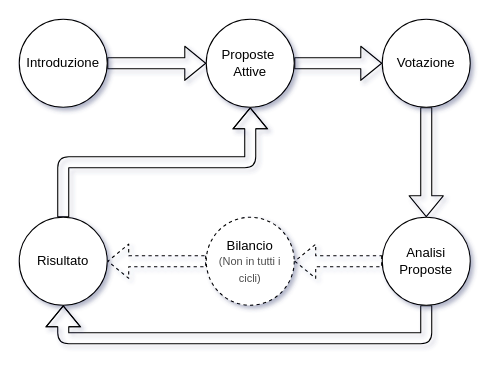
The draw.io diagram Fasi.drawio in antongiacomo/Slide-CDT, before the edit. Source tidied: cells renumbered, new cells numbered last; positions are measured from the earlier drawing's top-left corner, leaving out a move shared by most shapes. Both pictures are drawn from the tidied source at 110%, with x=0, y=0 at pixel (19, 19).
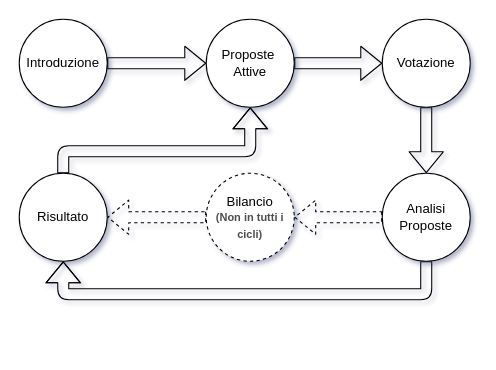
The same diagram, later.

The edit, as a diff of the source:
```diff
@@
 <mxGraphModel shadow="1">
   <root>
     <mxCell id="0" />
     <mxCell id="1" parent="0" />
     <mxCell id="2" style="edgeStyle=orthogonalEdgeStyle;jettySize=auto;html=1;exitX=1;exitY=0.5;exitDx=0;exitDy=0;entryX=0;entryY=0.5;entryDx=0;entryDy=0;shape=flexArrow;curved=1;" parent="1" edge="1" source="3" target="11">
       <mxGeometry relative="1" as="geometry" />
     </mxCell>
-    <mxCell id="3" value="&lt;font face=&quot;Fira Code&quot;&gt;Introduzione&lt;/font&gt;" style="ellipse;whiteSpace=wrap;html=1;" parent="1" vertex="1">
+    <mxCell id="3" value="&lt;font&gt;Introduzione&lt;/font&gt;" style="ellipse;whiteSpace=wrap;html=1;fontFamily=Helvetica;" parent="1" vertex="1">
       <mxGeometry width="80" height="80" as="geometry" />
     </mxCell>
     <mxCell id="4" style="edgeStyle=orthogonalEdgeStyle;jettySize=auto;html=1;exitX=0.5;exitY=0;exitDx=0;exitDy=0;entryX=0.5;entryY=1;entryDx=0;entryDy=0;shape=flexArrow;curved=1;" parent="1" edge="1" source="5" target="11">
-      <mxGeometry relative="1" as="geometry" />
+      <mxGeometry relative="1" as="geometry">
+        <Array as="points">
+          <mxPoint x="40" y="120" />
+          <mxPoint x="210" y="120" />
+        </Array>
+      </mxGeometry>
     </mxCell>
     <mxCell id="5" value="Risultato" style="ellipse;whiteSpace=wrap;html=1;" parent="1" vertex="1">
-      <mxGeometry y="180" width="80" height="80" as="geometry" />
+      <mxGeometry y="140" width="80" height="80" as="geometry" />
     </mxCell>
     <mxCell id="6" style="edgeStyle=orthogonalEdgeStyle;jettySize=auto;html=1;exitX=0.5;exitY=1;exitDx=0;exitDy=0;shape=flexArrow;elbow=vertical;curved=1;" parent="1" edge="1" source="7" target="14">
       <mxGeometry relative="1" as="geometry" />
     </mxCell>
     <mxCell id="7" value="Votazione" style="ellipse;whiteSpace=wrap;html=1;" parent="1" vertex="1">
       <mxGeometry x="330" width="80" height="80" as="geometry" />
     </mxCell>
     <mxCell id="8" style="edgeStyle=orthogonalEdgeStyle;jettySize=auto;html=1;exitX=0;exitY=0.5;exitDx=0;exitDy=0;shape=flexArrow;curved=1;dashed=1;" parent="1" edge="1" source="9" target="5">
       <mxGeometry relative="1" as="geometry" />
     </mxCell>
-    <mxCell id="9" value="Bilancio&lt;br&gt;&lt;font style=&quot;font-size: 10px&quot; color=&quot;#4d4d4d&quot;&gt;(Non in tutti i cicli)&lt;/font&gt;" style="ellipse;whiteSpace=wrap;html=1;dashed=1;" parent="1" vertex="1">
-      <mxGeometry x="170" y="180" width="80" height="80" as="geometry" />
+    <mxCell id="9" value="Bilancio&lt;br&gt;&lt;font style=&quot;font-size: 10px&quot; color=&quot;#4d4d4d&quot;&gt;&lt;b&gt;(Non in tutti i cicli)&lt;/b&gt;&lt;/font&gt;" style="ellipse;whiteSpace=wrap;html=1;dashed=1;" parent="1" vertex="1">
+      <mxGeometry x="170" y="140" width="80" height="80" as="geometry" />
     </mxCell>
     <mxCell id="10" style="edgeStyle=orthogonalEdgeStyle;jettySize=auto;html=1;exitX=1;exitY=0.5;exitDx=0;exitDy=0;shape=flexArrow;elbow=vertical;curved=1;" parent="1" edge="1" source="11" target="7">
       <mxGeometry relative="1" as="geometry" />
     </mxCell>
     <mxCell id="11" value="Proposte&amp;nbsp;&lt;br&gt;Attive" style="ellipse;whiteSpace=wrap;html=1;" parent="1" vertex="1">
       <mxGeometry x="170" width="80" height="80" as="geometry" />
     </mxCell>
     <mxCell id="12" style="edgeStyle=orthogonalEdgeStyle;shape=flexArrow;jettySize=auto;html=1;exitX=0;exitY=0.5;exitDx=0;exitDy=0;entryX=1;entryY=0.5;entryDx=0;entryDy=0;curved=1;dashed=1;" parent="1" edge="1" source="14" target="9">
       <mxGeometry relative="1" as="geometry" />
     </mxCell>
     <mxCell id="13" style="edgeStyle=orthogonalEdgeStyle;shape=flexArrow;curved=1;rounded=1;jettySize=auto;html=1;exitX=0.5;exitY=1;exitDx=0;exitDy=0;entryX=0.5;entryY=1;entryDx=0;entryDy=0;" parent="1" edge="1" source="14" target="5">
       <mxGeometry relative="1" as="geometry">
         <Array as="points">
-          <mxPoint x="370" y="290" />
-          <mxPoint x="40" y="290" />
+          <mxPoint x="370" y="250" />
+          <mxPoint x="40" y="250" />
         </Array>
       </mxGeometry>
     </mxCell>
     <mxCell id="14" value="Analisi&lt;br&gt;Proposte" style="ellipse;whiteSpace=wrap;html=1;" parent="1" vertex="1">
-      <mxGeometry x="330" y="180" width="80" height="80" as="geometry" />
+      <mxGeometry x="330" y="140" width="80" height="80" as="geometry" />
     </mxCell>
   </root>
 </mxGraphModel>
```
